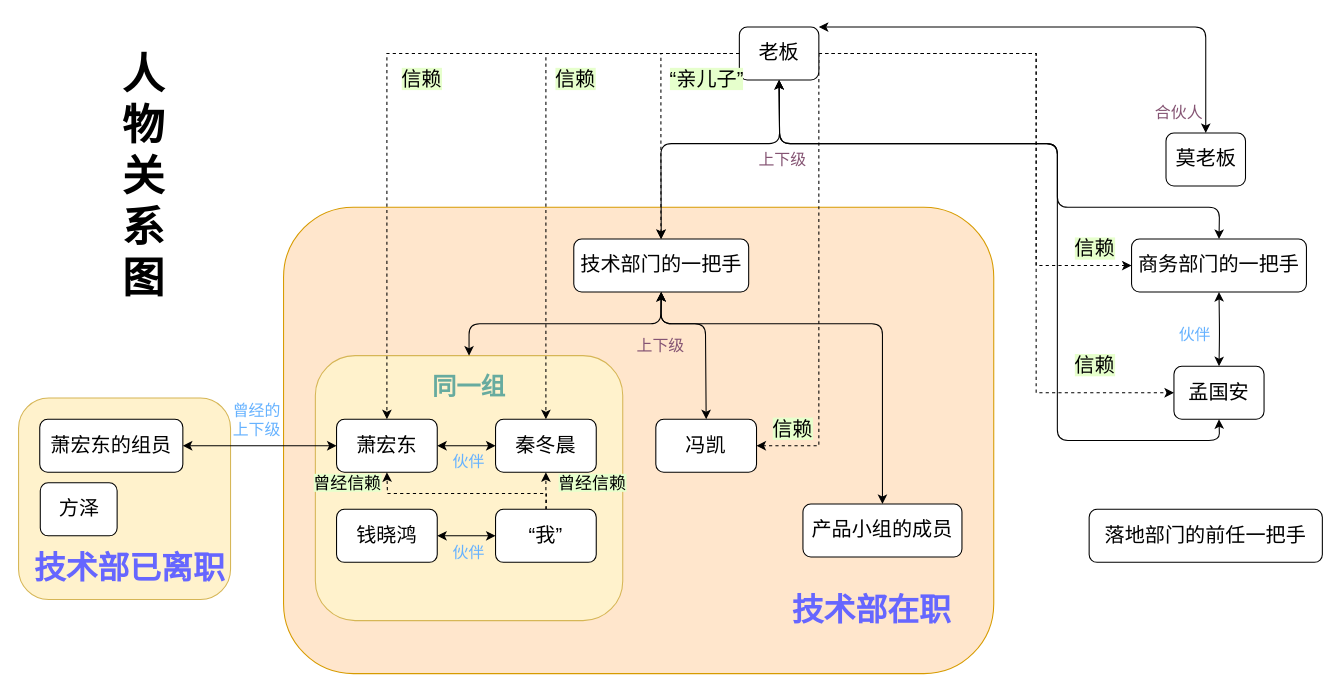
Above: 2023/07/16/Let-s-play-work-0/人物关系图.drawio in oval-plus/ellipse.github.io (draw.io), before the change. Source tidied: cells renumbered, new cells numbered last; positions are measured from the earlier drawing's top-left corner, leaving out a move shared by most shapes. Both pictures are drawn from the tidied source at 106%, with x=0, y=0 at pixel (18, 26).
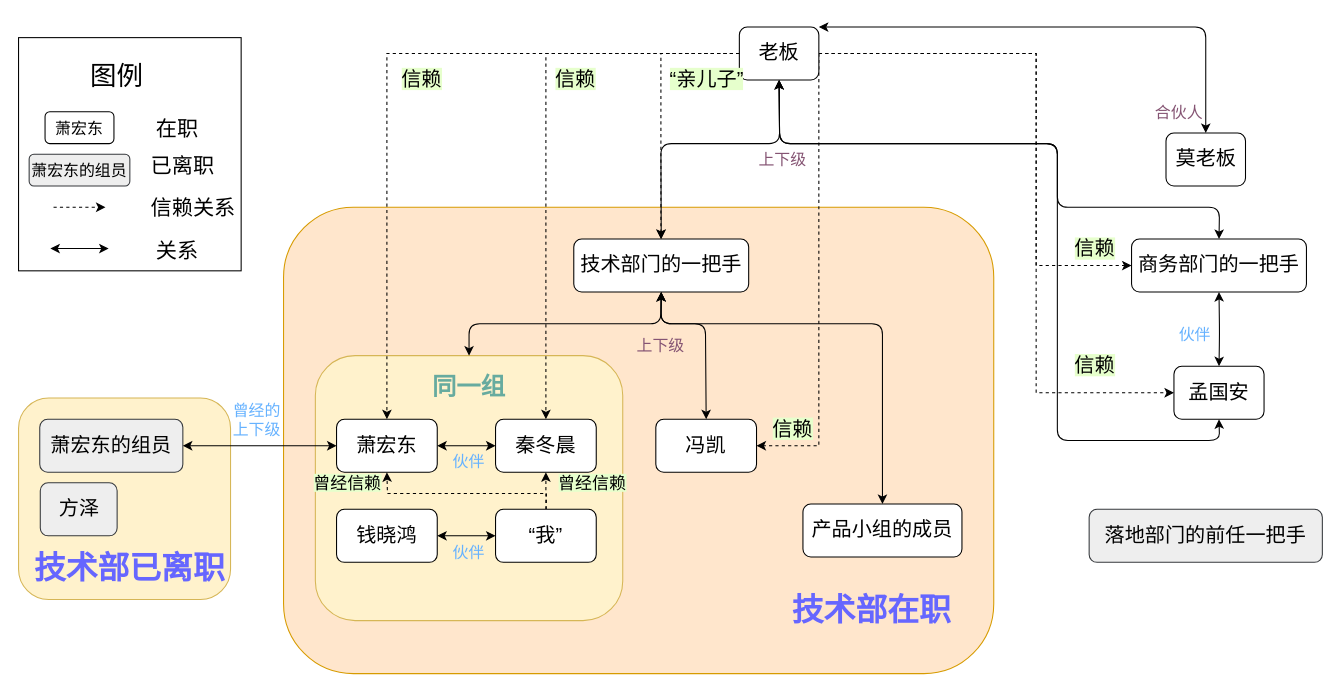
Above is the later version.

Diff of the diagram source:
```diff
@@
+    <mxCell id="57" style="rounded=0;whiteSpace=wrap;html=1;" parent="1" vertex="1">
+      <mxGeometry y="10" width="210" height="220" as="geometry" />
+    </mxCell>
@@
-    <mxCell id="11" value="&lt;span style=&quot;font-size: 19px&quot;&gt;萧宏东的组员&lt;/span&gt;" style="rounded=1;whiteSpace=wrap;html=1;" parent="1" vertex="1">
+    <mxCell id="11" value="&lt;span style=&quot;font-size: 19px&quot;&gt;萧宏东的组员&lt;/span&gt;" style="rounded=1;whiteSpace=wrap;html=1;strokeColor=#36393d;fillColor=#eeeeee;" parent="1" vertex="1">
       <mxGeometry x="20" y="370" width="135" height="50" as="geometry" />
     </mxCell>
@@
-    <mxCell id="20" value="&lt;span style=&quot;font-size: 19px&quot;&gt;方泽&lt;/span&gt;" style="rounded=1;whiteSpace=wrap;html=1;" parent="1" vertex="1">
+    <mxCell id="20" value="&lt;span style=&quot;font-size: 19px&quot;&gt;方泽&lt;/span&gt;" style="rounded=1;whiteSpace=wrap;html=1;strokeColor=#36393d;fillColor=#eeeeee;" parent="1" vertex="1">
       <mxGeometry x="20.5" y="430" width="72.5" height="50" as="geometry" />
     </mxCell>
@@
-    <mxCell id="55" value="&lt;font style=&quot;font-size: 19px&quot;&gt;落地部门的前任一把手&lt;/font&gt;" style="rounded=1;whiteSpace=wrap;html=1;" parent="1" vertex="1">
+    <mxCell id="55" value="&lt;font style=&quot;font-size: 19px&quot;&gt;落地部门的前任一把手&lt;/font&gt;" style="rounded=1;whiteSpace=wrap;html=1;fillColor=#eeeeee;strokeColor=#36393d;" parent="1" vertex="1">
       <mxGeometry x="1010" y="455" width="220" height="50" as="geometry" />
     </mxCell>
-    <mxCell id="56" value="&lt;font style=&quot;font-size: 40px&quot;&gt;&lt;b style=&quot;background-color: rgb(255 , 255 , 255)&quot;&gt;人物关系图&lt;/b&gt;&lt;/font&gt;" style="text;html=1;strokeColor=none;fillColor=none;align=center;verticalAlign=middle;whiteSpace=wrap;rounded=0;" parent="1" vertex="1">
-      <mxGeometry x="93" y="130" width="50" height="20" as="geometry" />
-    </mxCell>
+    <mxCell id="58" value="&lt;font style=&quot;font-size: 15px&quot;&gt;萧宏东的组员&lt;/font&gt;" style="rounded=1;whiteSpace=wrap;html=1;strokeColor=#36393d;fillColor=#eeeeee;" parent="1" vertex="1">
+      <mxGeometry x="10" y="120" width="95" height="30" as="geometry" />
+    </mxCell>
+    <mxCell id="59" value="&lt;font style=&quot;font-size: 20px&quot;&gt;已离职&lt;/font&gt;" style="text;html=1;strokeColor=none;fillColor=none;align=center;verticalAlign=middle;whiteSpace=wrap;rounded=0;" parent="1" vertex="1">
+      <mxGeometry x="110" y="120" width="90" height="20" as="geometry" />
+    </mxCell>
+    <mxCell id="60" value="&lt;font style=&quot;font-size: 15px&quot;&gt;萧宏东&lt;/font&gt;" style="rounded=1;whiteSpace=wrap;html=1;" parent="1" vertex="1">
+      <mxGeometry x="25" y="80" width="65" height="30" as="geometry" />
+    </mxCell>
+    <mxCell id="61" value="&lt;font style=&quot;font-size: 20px&quot;&gt;在职&lt;/font&gt;" style="text;html=1;strokeColor=none;fillColor=none;align=center;verticalAlign=middle;whiteSpace=wrap;rounded=0;" parent="1" vertex="1">
+      <mxGeometry x="105" y="85" width="90" height="20" as="geometry" />
+    </mxCell>
+    <mxCell id="62" value="&lt;font style=&quot;font-size: 25px&quot;&gt;图例&lt;/font&gt;" style="text;html=1;strokeColor=none;fillColor=none;align=center;verticalAlign=middle;whiteSpace=wrap;rounded=0;" parent="1" vertex="1">
+      <mxGeometry x="43" y="35" width="100" height="20" as="geometry" />
+    </mxCell>
+    <mxCell id="63" style="endArrow=classic;html=1;dashed=1;" parent="1" edge="1">
+      <mxGeometry relative="1" as="geometry">
+        <mxPoint x="33" y="170" as="sourcePoint" />
+        <mxPoint x="82" y="170" as="targetPoint" />
+      </mxGeometry>
+    </mxCell>
+    <mxCell id="64" value="&lt;font style=&quot;font-size: 20px&quot;&gt;信赖关系&lt;/font&gt;" style="text;html=1;strokeColor=none;fillColor=none;align=center;verticalAlign=middle;whiteSpace=wrap;rounded=0;" parent="1" vertex="1">
+      <mxGeometry x="120" y="160" width="90" height="20" as="geometry" />
+    </mxCell>
+    <mxCell id="65" style="endArrow=classic;startArrow=classic;html=1;" parent="1" edge="1">
+      <mxGeometry relative="1" as="geometry">
+        <mxPoint x="30" y="209" as="sourcePoint" />
+        <mxPoint x="85" y="209" as="targetPoint" />
+      </mxGeometry>
+    </mxCell>
+    <mxCell id="66" value="&lt;font style=&quot;font-size: 20px&quot;&gt;关系&lt;/font&gt;" style="text;html=1;strokeColor=none;fillColor=none;align=center;verticalAlign=middle;whiteSpace=wrap;rounded=0;" parent="1" vertex="1">
+      <mxGeometry x="105" y="200" width="90" height="20" as="geometry" />
+    </mxCell>
```
